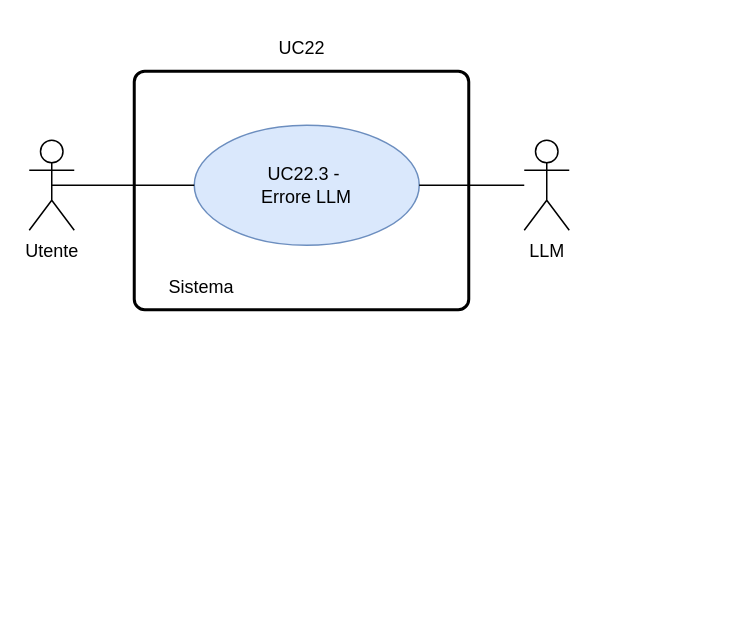
Above: RTB/doc_esterna/analisi-dei-requisiti/assets/draw.io/UC22.3.drawio in thebitless-group-swe/thebitless.github.io (draw.io), before the change. Source tidied: cells renumbered, new cells numbered last; positions are measured from the earlier drawing's top-left corner, leaving out a move shared by most shapes. Both pictures are drawn from the tidied source at 150%, with x=0, y=0 at pixel (28, 26).
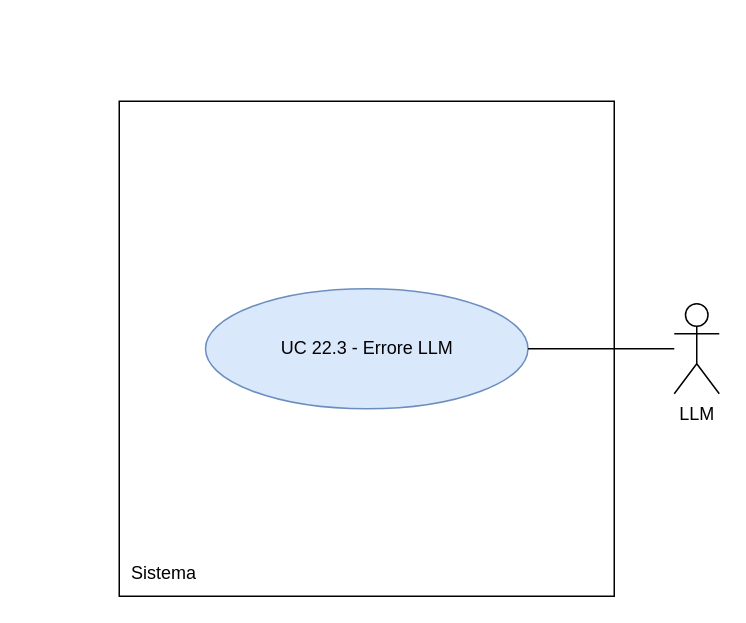
Above is the later version.

The edit, as a diff of the source:
```diff
@@
 <mxGraphModel>
   <root>
     <mxCell id="0" />
     <mxCell id="1" parent="0" />
-    <mxCell id="2" style="rounded=1;whiteSpace=wrap;html=1;absoluteArcSize=1;arcSize=14;strokeWidth=2;" parent="1" vertex="1">
-      <mxGeometry x="70" y="30" width="223" height="159" as="geometry" />
-    </mxCell>
-    <mxCell id="3" value="Utente" style="shape=umlActor;verticalLabelPosition=bottom;verticalAlign=top;html=1;outlineConnect=0;" parent="1" vertex="1">
-      <mxGeometry y="76" width="30" height="60" as="geometry" />
-    </mxCell>
+    <mxCell id="9" value="LLM" style="shape=umlActor;verticalLabelPosition=bottom;verticalAlign=top;html=1;outlineConnect=0;" parent="1" vertex="1">
+      <mxGeometry x="430" y="185" width="30" height="60" as="geometry" />
+    </mxCell>
+    <mxCell id="10" style="whiteSpace=wrap;html=1;" parent="1" vertex="1">
+      <mxGeometry x="60" y="50" width="330" height="330" as="geometry" />
+    </mxCell>
     <mxCell id="4" value="Sistema" style="text;html=1;whiteSpace=wrap;strokeColor=none;fillColor=none;align=center;verticalAlign=middle;rounded=0;" parent="1" vertex="1">
-      <mxGeometry x="70" y="159" width="90" height="30" as="geometry" />
+      <mxGeometry x="60" y="350" width="60" height="30" as="geometry" />
     </mxCell>
-    <mxCell id="5" value="UC22.3 -&amp;nbsp;&lt;div&gt;Errore LLM&lt;/div&gt;" style="ellipse;whiteSpace=wrap;html=1;fillColor=#dae8fc;strokeColor=#6c8ebf;" parent="1" vertex="1">
-      <mxGeometry x="110" y="66" width="150" height="80" as="geometry" />
-    </mxCell>
-    <mxCell id="6" style="endArrow=none;html=1;rounded=0;exitX=0.5;exitY=0.5;exitDx=0;exitDy=0;exitPerimeter=0;entryX=0;entryY=0.5;entryDx=0;entryDy=0;" parent="1" edge="1" source="3" target="5">
-      <mxGeometry relative="1" as="geometry" />
-    </mxCell>
-    <mxCell id="7" value="UC22" style="text;html=1;whiteSpace=wrap;strokeColor=none;fillColor=none;align=center;verticalAlign=middle;rounded=0;" parent="1" vertex="1">
-      <mxGeometry x="151.5" width="60" height="30" as="geometry" />
-    </mxCell>
-    <mxCell id="8" style="edgeStyle=none;curved=1;rounded=0;jettySize=auto;html=1;fontSize=12;startSize=8;endSize=8;endArrow=none;endFill=0;" parent="1" edge="1" source="9" target="5">
-      <mxGeometry relative="1" as="geometry" />
-    </mxCell>
-    <mxCell id="9" value="LLM" style="shape=umlActor;verticalLabelPosition=bottom;verticalAlign=top;html=1;outlineConnect=0;" parent="1" vertex="1">
-      <mxGeometry x="330" y="76" width="30" height="60" as="geometry" />
-    </mxCell>
+    <mxCell id="11" value="UC 22.3 - Errore LLM" style="ellipse;whiteSpace=wrap;html=1;fillColor=#dae8fc;strokeColor=#6c8ebf;" parent="1" vertex="1">
+      <mxGeometry x="117.5" y="175" width="215" height="80" as="geometry" />
+    </mxCell>
+    <mxCell id="12" style="edgeStyle=none;rounded=0;jettySize=auto;html=1;endArrow=none;endFill=0;" parent="1" edge="1" source="11" target="9">
+      <mxGeometry relative="1" as="geometry" />
+    </mxCell>
   </root>
 </mxGraphModel>
```
